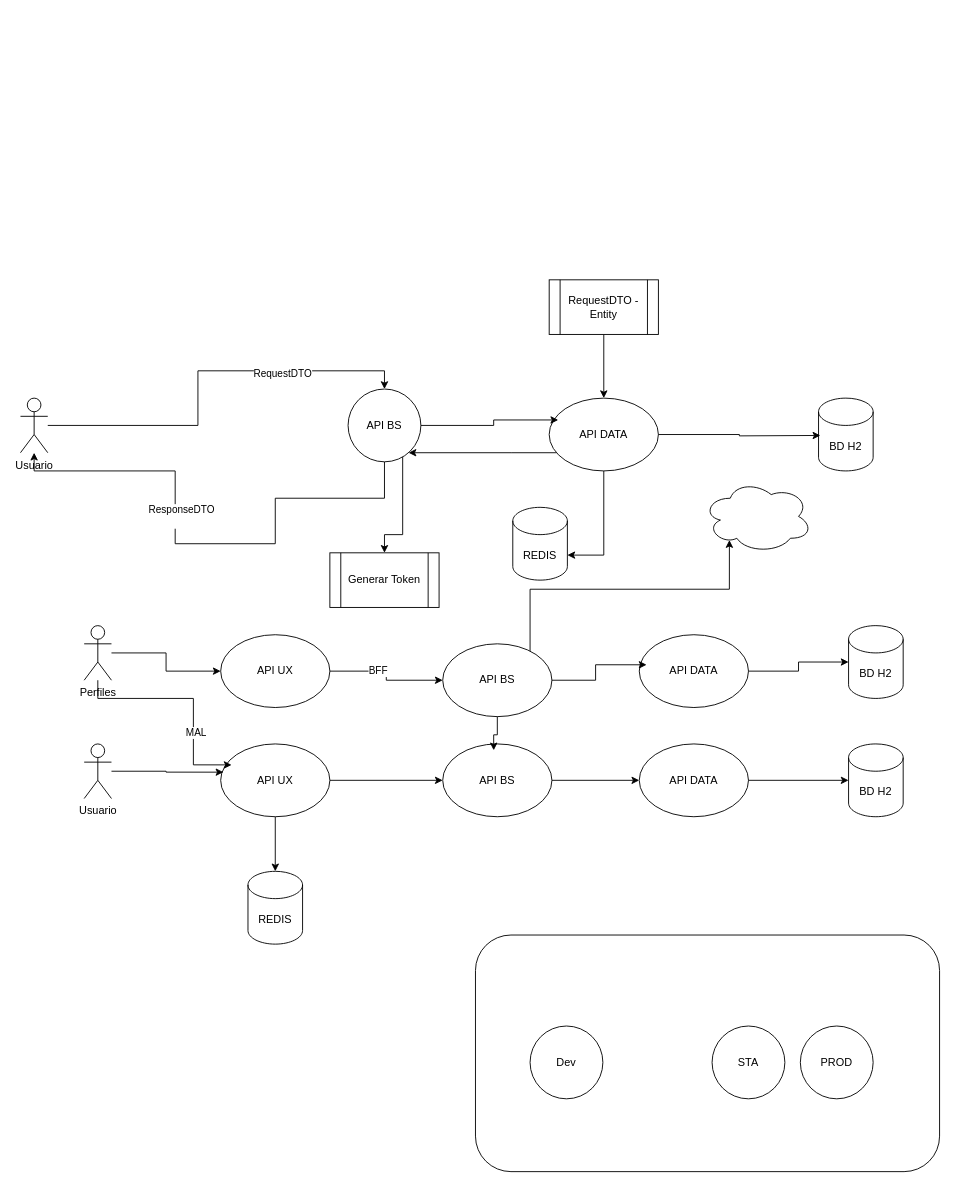
wlopezob/curso-webflux keeps this draw.io diagram as api-data-v1/doc/app.drawio. Above is the earlier version. Source tidied: cells renumbered, new cells numbered last; positions are measured from the earlier drawing's top-left corner, leaving out a move shared by most shapes. Both pictures are drawn from the tidied source at 91%, with x=0, y=0 at pixel (20, 279).
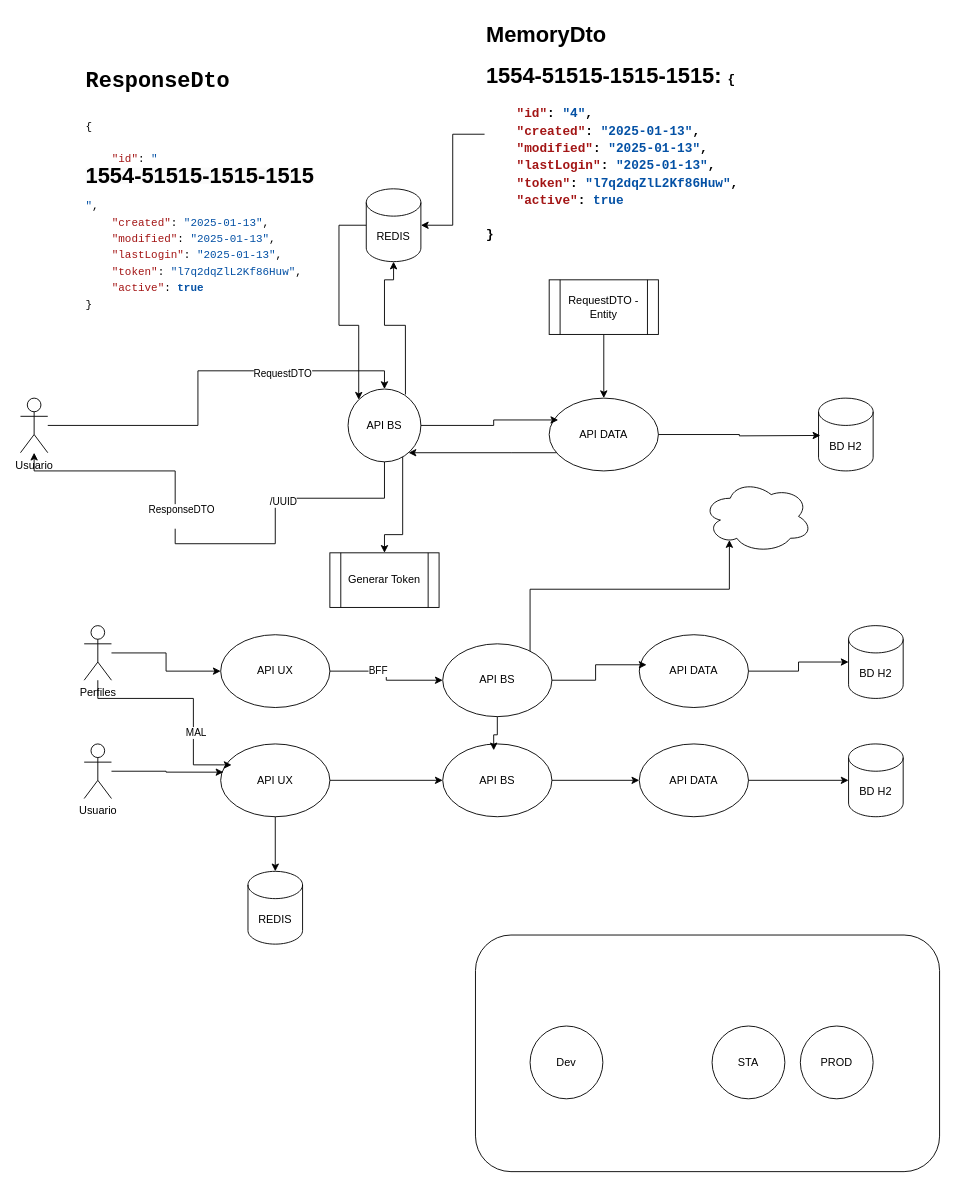
The same page after the edit.

Unchanged cells that the change refers to:
```xml
<mxCell id="3" style="edgeStyle=orthogonalEdgeStyle;rounded=0;jettySize=auto;html=1;" parent="1" edge="1" source="28" target="9">
  <mxGeometry relative="1" as="geometry">
    <Array as="points">
      <mxPoint x="400" y="240" />
      <mxPoint x="280" y="240" />
      <mxPoint x="280" y="290" />
      <mxPoint x="170" y="290" />
      <mxPoint x="170" y="210" />
      <mxPoint x="15" y="210" />
    </Array>
  </mxGeometry>
</mxCell>
<mxCell id="6" value="API DATA" style="ellipse;whiteSpace=wrap;html=1;" parent="1" vertex="1">
  <mxGeometry x="581" y="130" width="120" height="80" as="geometry" />
</mxCell>
<mxCell id="28" value="API BS" style="ellipse;whiteSpace=wrap;html=1;" parent="1" vertex="1">
  <mxGeometry x="360" y="120" width="80" height="80" as="geometry" />
</mxCell>
```

The edit, as a diff of the source:
```diff
@@
+    <mxCell id="49" value="/UUID" style="edgeLabel;html=1;align=center;verticalAlign=middle;" parent="3" vertex="1">
+      <mxGeometry x="-0.47" y="3" relative="1" as="geometry" />
+    </mxCell>
@@
+    <mxCell id="50" style="edgeStyle=orthogonalEdgeStyle;rounded=0;jettySize=auto;html=1;entryX=0;entryY=0;entryDx=0;entryDy=0;" parent="1" edge="1" source="12" target="28">
+      <mxGeometry relative="1" as="geometry">
+        <Array as="points">
+          <mxPoint x="350" y="-60" />
+          <mxPoint x="350" y="50" />
+          <mxPoint x="372" y="50" />
+        </Array>
+      </mxGeometry>
+    </mxCell>
     <mxCell id="12" value="REDIS" style="shape=cylinder3;whiteSpace=wrap;html=1;boundedLbl=1;backgroundOutline=1;size=15;" parent="1" vertex="1">
-      <mxGeometry x="541" y="250" width="60" height="80" as="geometry" />
+      <mxGeometry x="380" y="-100" width="60" height="80" as="geometry" />
     </mxCell>
-    <mxCell id="13" style="edgeStyle=orthogonalEdgeStyle;rounded=0;jettySize=auto;html=1;entryX=1;entryY=0;entryDx=0;entryDy=52.5;entryPerimeter=0;" parent="1" edge="1" source="6" target="12">
-      <mxGeometry relative="1" as="geometry" />
+    <mxCell id="13" style="edgeStyle=orthogonalEdgeStyle;rounded=0;jettySize=auto;html=1;entryX=0.5;entryY=1;entryDx=0;entryDy=0;entryPerimeter=0;exitX=0.788;exitY=0.075;exitDx=0;exitDy=0;exitPerimeter=0;" parent="1" edge="1" source="28" target="12">
+      <mxGeometry relative="1" as="geometry">
+        <Array as="points">
+          <mxPoint x="423" y="50" />
+          <mxPoint x="400" y="50" />
+          <mxPoint x="400" />
+          <mxPoint x="410" />
+        </Array>
+      </mxGeometry>
     </mxCell>
@@
+    <mxCell id="51" value="&lt;h1 style=&quot;margin-top: 0px;&quot;&gt;MemoryDto&lt;/h1&gt;&lt;h1 style=&quot;margin-top: 0px;&quot;&gt;1554-51515-1515-1515:&amp;nbsp;&lt;span style=&quot;background-color: rgb(255, 255, 255); font-family: IBMPlexMono, &amp;quot;Courier New&amp;quot;, monospace, Consolas, &amp;quot;Courier New&amp;quot;, monospace; white-space: pre; color: light-dark(rgb(0, 0, 0), rgb(255, 255, 255));&quot;&gt;&lt;font style=&quot;font-size: 14px;&quot;&gt;{&lt;/font&gt;&lt;/span&gt;&lt;/h1&gt;&lt;div style=&quot;background-color: rgb(255, 255, 255); font-family: IBMPlexMono, &amp;quot;Courier New&amp;quot;, monospace, Consolas, &amp;quot;Courier New&amp;quot;, monospace; line-height: 18px; white-space: pre;&quot;&gt;&lt;div&gt;&lt;b&gt;&lt;font style=&quot;font-size: 14px;&quot;&gt;&amp;nbsp; &amp;nbsp; &lt;span style=&quot;color: rgb(163, 21, 21);&quot;&gt;&quot;id&quot;&lt;/span&gt;: &lt;span style=&quot;color: rgb(4, 81, 165);&quot;&gt;&quot;4&quot;&lt;/span&gt;,&lt;/font&gt;&lt;/b&gt;&lt;/div&gt;&lt;div&gt;&lt;b&gt;&lt;font style=&quot;font-size: 14px;&quot;&gt;&amp;nbsp; &amp;nbsp; &lt;span style=&quot;color: rgb(163, 21, 21);&quot;&gt;&quot;created&quot;&lt;/span&gt;: &lt;span style=&quot;color: rgb(4, 81, 165);&quot;&gt;&quot;2025-01-13&quot;&lt;/span&gt;,&lt;/font&gt;&lt;/b&gt;&lt;/div&gt;&lt;div&gt;&lt;b&gt;&lt;font style=&quot;font-size: 14px;&quot;&gt;&amp;nbsp; &amp;nbsp; &lt;span style=&quot;color: rgb(163, 21, 21);&quot;&gt;&quot;modified&quot;&lt;/span&gt;: &lt;span style=&quot;color: rgb(4, 81, 165);&quot;&gt;&quot;2025-01-13&quot;&lt;/span&gt;,&lt;/font&gt;&lt;/b&gt;&lt;/div&gt;&lt;div&gt;&lt;b&gt;&lt;font style=&quot;font-size: 14px;&quot;&gt;&amp;nbsp; &amp;nbsp; &lt;span style=&quot;color: rgb(163, 21, 21);&quot;&gt;&quot;lastLogin&quot;&lt;/span&gt;: &lt;span style=&quot;color: rgb(4, 81, 165);&quot;&gt;&quot;2025-01-13&quot;&lt;/span&gt;,&lt;/font&gt;&lt;/b&gt;&lt;/div&gt;&lt;div&gt;&lt;b&gt;&lt;font style=&quot;font-size: 14px;&quot;&gt;&amp;nbsp; &amp;nbsp; &lt;span style=&quot;color: rgb(163, 21, 21);&quot;&gt;&quot;token&quot;&lt;/span&gt;: &lt;span style=&quot;color: rgb(4, 81, 165);&quot;&gt;&quot;l7q2dqZlL2Kf86Huw&quot;&lt;/span&gt;,&lt;/font&gt;&lt;/b&gt;&lt;/div&gt;&lt;div&gt;&lt;b&gt;&lt;font style=&quot;font-size: 14px;&quot;&gt;&amp;nbsp; &amp;nbsp; &lt;span style=&quot;color: rgb(163, 21, 21);&quot;&gt;&quot;active&quot;&lt;/span&gt;: &lt;span style=&quot;color: rgb(4, 81, 165);&quot;&gt;true&lt;/span&gt;&lt;/font&gt;&lt;/b&gt;&lt;/div&gt;&lt;div&gt;&lt;b&gt;&lt;font style=&quot;font-size: 14px;&quot;&gt;&lt;br&gt;&lt;/font&gt;&lt;/b&gt;&lt;/div&gt;&lt;div&gt;&lt;b&gt;&lt;font style=&quot;font-size: 14px;&quot;&gt;}&lt;/font&gt;&lt;/b&gt;&lt;/div&gt;&lt;/div&gt;" style="text;html=1;whiteSpace=wrap;overflow=hidden;rounded=0;" parent="1" vertex="1">
+      <mxGeometry x="510" y="-290" width="300" height="260" as="geometry" />
+    </mxCell>
+    <mxCell id="52" style="edgeStyle=orthogonalEdgeStyle;rounded=0;jettySize=auto;html=1;entryX=1;entryY=0.5;entryDx=0;entryDy=0;entryPerimeter=0;" parent="1" edge="1" source="51" target="12">
+      <mxGeometry relative="1" as="geometry" />
+    </mxCell>
+    <mxCell id="53" value="&lt;h1 style=&quot;margin-top: 0px;&quot;&gt;&lt;span style=&quot;background-color: light-dark(rgb(255, 255, 255), rgb(18, 18, 18)); color: light-dark(rgb(0, 0, 0), rgb(255, 255, 255)); font-family: IBMPlexMono, &amp;quot;Courier New&amp;quot;, monospace, Consolas, &amp;quot;Courier New&amp;quot;, monospace; white-space: pre;&quot;&gt;&lt;font style=&quot;&quot;&gt;ResponseDto&lt;/font&gt;&lt;/span&gt;&lt;/h1&gt;&lt;h1 style=&quot;margin-top: 0px;&quot;&gt;&lt;span style=&quot;background-color: light-dark(rgb(255, 255, 255), rgb(18, 18, 18)); color: light-dark(rgb(0, 0, 0), rgb(255, 255, 255)); font-family: IBMPlexMono, &amp;quot;Courier New&amp;quot;, monospace, Consolas, &amp;quot;Courier New&amp;quot;, monospace; font-size: 12px; font-weight: normal; white-space: pre;&quot;&gt;{&lt;/span&gt;&lt;/h1&gt;&lt;div style=&quot;background-color: rgb(255, 255, 255); font-family: IBMPlexMono, &amp;quot;Courier New&amp;quot;, monospace, Consolas, &amp;quot;Courier New&amp;quot;, monospace; line-height: 18px; white-space: pre;&quot;&gt;&lt;div&gt;&amp;nbsp; &amp;nbsp; &lt;span style=&quot;color: rgb(163, 21, 21);&quot;&gt;&quot;id&quot;&lt;/span&gt;: &lt;span style=&quot;color: rgb(4, 81, 165);&quot;&gt;&quot;&lt;h1 style=&quot;color: rgb(0, 0, 0); font-family: Helvetica; white-space: normal; background-color: rgb(251, 251, 251); margin-top: 0px;&quot;&gt;1554-51515-1515-1515&lt;/h1&gt;&quot;&lt;/span&gt;,&lt;/div&gt;&lt;div&gt;&amp;nbsp; &amp;nbsp; &lt;span style=&quot;color: rgb(163, 21, 21);&quot;&gt;&quot;created&quot;&lt;/span&gt;: &lt;span style=&quot;color: rgb(4, 81, 165);&quot;&gt;&quot;2025-01-13&quot;&lt;/span&gt;,&lt;/div&gt;&lt;div&gt;&amp;nbsp; &amp;nbsp; &lt;span style=&quot;color: rgb(163, 21, 21);&quot;&gt;&quot;modified&quot;&lt;/span&gt;: &lt;span style=&quot;color: rgb(4, 81, 165);&quot;&gt;&quot;2025-01-13&quot;&lt;/span&gt;,&lt;/div&gt;&lt;div&gt;&amp;nbsp; &amp;nbsp; &lt;span style=&quot;color: rgb(163, 21, 21);&quot;&gt;&quot;lastLogin&quot;&lt;/span&gt;: &lt;span style=&quot;color: rgb(4, 81, 165);&quot;&gt;&quot;2025-01-13&quot;&lt;/span&gt;,&lt;/div&gt;&lt;div&gt;&amp;nbsp; &amp;nbsp; &lt;span style=&quot;color: rgb(163, 21, 21);&quot;&gt;&quot;token&quot;&lt;/span&gt;: &lt;span style=&quot;color: rgb(4, 81, 165);&quot;&gt;&quot;l7q2dqZlL2Kf86Huw&quot;&lt;/span&gt;,&lt;/div&gt;&lt;div&gt;&amp;nbsp; &amp;nbsp; &lt;span style=&quot;color: rgb(163, 21, 21);&quot;&gt;&quot;active&quot;&lt;/span&gt;: &lt;span style=&quot;color: rgb(4, 81, 165); font-weight: bold;&quot;&gt;true&lt;/span&gt;&lt;/div&gt;&lt;div&gt;}&lt;/div&gt;&lt;/div&gt;" style="text;html=1;whiteSpace=wrap;overflow=hidden;rounded=0;" parent="1" vertex="1">
+      <mxGeometry x="70" y="-240" width="300" height="290" as="geometry" />
+    </mxCell>
```
